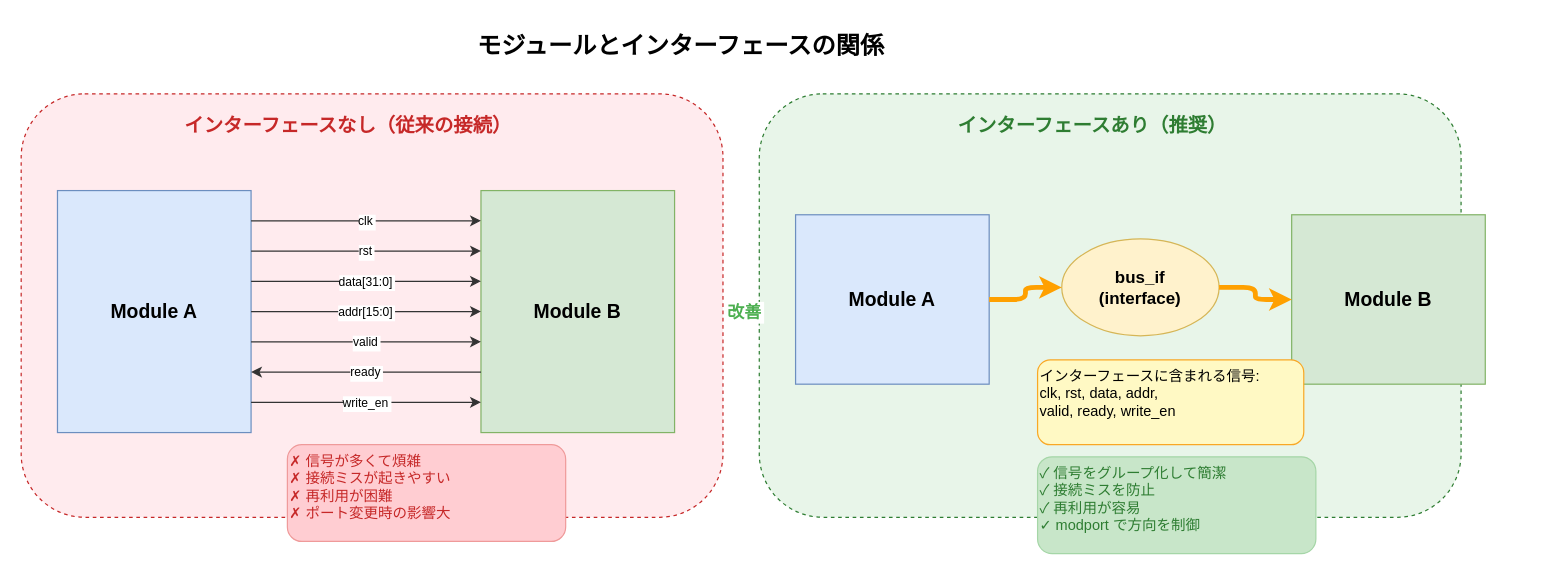
Before: images/systemverilog-guidebook/ch06_module_interface_overview.drawio in aquaxis/webdoc, a draw.io diagram. Source tidied: cells renumbered, new cells numbered last; positions are measured from the earlier drawing's top-left corner, leaving out a move shared by most shapes. Both pictures are drawn from the tidied source at 121%, with x=0, y=0 at pixel (21, 21).
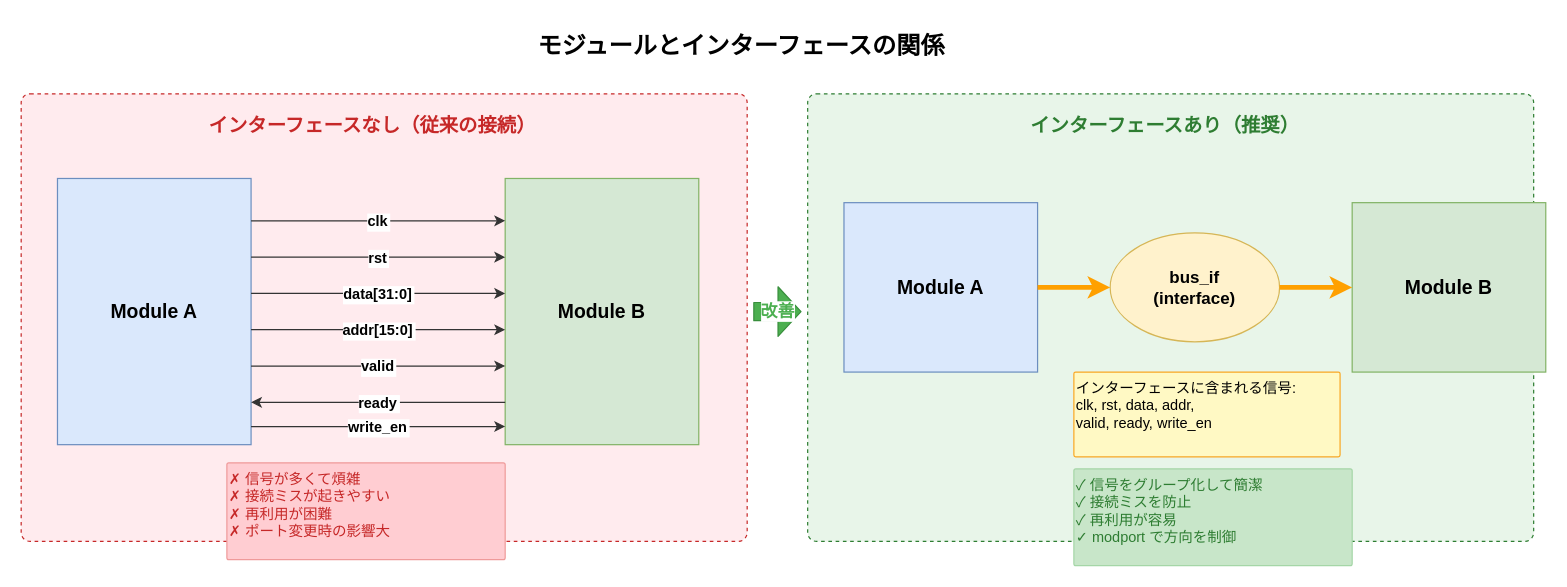
The same page after the edit.

Diff of the diagram source:
```diff
@@
     <mxCell id="2" value="モジュールとインターフェースの関係" style="text;html=1;fontSize=20;fontStyle=1;align=center;verticalAlign=middle;" parent="1" vertex="1">
-      <mxGeometry x="320" width="450" height="40" as="geometry" />
+      <mxGeometry x="370" width="450" height="40" as="geometry" />
     </mxCell>
-    <mxCell id="3" style="rounded=1;whiteSpace=wrap;html=1;fillColor=#FFEBEE;strokeColor=#C62828;dashed=1;" parent="1" vertex="1">
-      <mxGeometry y="60" width="580" height="350" as="geometry" />
+    <mxCell id="3" style="rounded=1;arcSize=2;whiteSpace=wrap;html=1;fillColor=#FFEBEE;strokeColor=#C62828;dashed=1;" parent="1" vertex="1">
+      <mxGeometry y="60" width="600" height="370" as="geometry" />
     </mxCell>
     <mxCell id="4" value="インターフェースなし（従来の接続）" style="text;html=1;fontSize=16;fontStyle=1;align=center;fontColor=#C62828;" parent="1" vertex="1">
-      <mxGeometry x="70" y="70" width="400" height="30" as="geometry" />
+      <mxGeometry x="90" y="70" width="400" height="30" as="geometry" />
     </mxCell>
     <mxCell id="5" value="Module A" style="rounded=0;whiteSpace=wrap;html=1;fillColor=#dae8fc;strokeColor=#6c8ebf;fontSize=16;fontStyle=1;" parent="1" vertex="1">
-      <mxGeometry x="30" y="140" width="160" height="200" as="geometry" />
+      <mxGeometry x="30" y="130" width="160" height="220" as="geometry" />
     </mxCell>
     <mxCell id="6" value="Module B" style="rounded=0;whiteSpace=wrap;html=1;fillColor=#d5e8d4;strokeColor=#82b366;fontSize=16;fontStyle=1;" parent="1" vertex="1">
-      <mxGeometry x="380" y="140" width="160" height="200" as="geometry" />
+      <mxGeometry x="400" y="130" width="160" height="220" as="geometry" />
     </mxCell>
-    <mxCell id="7" value="clk" style="edgeStyle=orthogonalEdgeStyle;strokeWidth=1;strokeColor=#333;fontSize=10;" parent="1" edge="1">
+    <mxCell id="7" value="clk" style="edgeStyle=orthogonalEdgeStyle;strokeWidth=1;strokeColor=#333;fontSize=12;fontStyle=1;" parent="1" edge="1">
       <mxGeometry relative="1" as="geometry">
         <mxPoint x="190" y="165" as="sourcePoint" />
-        <mxPoint x="380" y="165" as="targetPoint" />
+        <mxPoint x="400" y="165" as="targetPoint" />
       </mxGeometry>
     </mxCell>
-    <mxCell id="8" value="rst" style="edgeStyle=orthogonalEdgeStyle;strokeWidth=1;strokeColor=#333;fontSize=10;" parent="1" edge="1">
+    <mxCell id="8" value="rst" style="edgeStyle=orthogonalEdgeStyle;strokeWidth=1;strokeColor=#333;fontSize=12;fontStyle=1;" parent="1" edge="1">
       <mxGeometry relative="1" as="geometry">
-        <mxPoint x="190" y="190" as="sourcePoint" />
-        <mxPoint x="380" y="190" as="targetPoint" />
+        <mxPoint x="190" y="195" as="sourcePoint" />
+        <mxPoint x="400" y="195" as="targetPoint" />
       </mxGeometry>
     </mxCell>
-    <mxCell id="9" value="data[31:0]" style="edgeStyle=orthogonalEdgeStyle;strokeWidth=1;strokeColor=#333;fontSize=10;" parent="1" edge="1">
+    <mxCell id="9" value="data[31:0]" style="edgeStyle=orthogonalEdgeStyle;strokeWidth=1;strokeColor=#333;fontSize=12;fontStyle=1;" parent="1" edge="1">
       <mxGeometry relative="1" as="geometry">
-        <mxPoint x="190" y="215" as="sourcePoint" />
-        <mxPoint x="380" y="215" as="targetPoint" />
+        <mxPoint x="190" y="225" as="sourcePoint" />
+        <mxPoint x="400" y="225" as="targetPoint" />
       </mxGeometry>
     </mxCell>
-    <mxCell id="10" value="addr[15:0]" style="edgeStyle=orthogonalEdgeStyle;strokeWidth=1;strokeColor=#333;fontSize=10;" parent="1" edge="1">
+    <mxCell id="10" value="addr[15:0]" style="edgeStyle=orthogonalEdgeStyle;strokeWidth=1;strokeColor=#333;fontSize=12;fontStyle=1;" parent="1" edge="1">
       <mxGeometry relative="1" as="geometry">
-        <mxPoint x="190" y="240" as="sourcePoint" />
-        <mxPoint x="380" y="240" as="targetPoint" />
+        <mxPoint x="190" y="255" as="sourcePoint" />
+        <mxPoint x="400" y="255" as="targetPoint" />
       </mxGeometry>
     </mxCell>
-    <mxCell id="11" value="valid" style="edgeStyle=orthogonalEdgeStyle;strokeWidth=1;strokeColor=#333;fontSize=10;" parent="1" edge="1">
+    <mxCell id="11" value="valid" style="edgeStyle=orthogonalEdgeStyle;strokeWidth=1;strokeColor=#333;fontSize=12;fontStyle=1;" parent="1" edge="1">
       <mxGeometry relative="1" as="geometry">
-        <mxPoint x="190" y="265" as="sourcePoint" />
-        <mxPoint x="380" y="265" as="targetPoint" />
+        <mxPoint x="190" y="285" as="sourcePoint" />
+        <mxPoint x="400" y="285" as="targetPoint" />
       </mxGeometry>
     </mxCell>
-    <mxCell id="12" value="ready" style="edgeStyle=orthogonalEdgeStyle;strokeWidth=1;strokeColor=#333;fontSize=10;" parent="1" edge="1">
+    <mxCell id="12" value="ready" style="edgeStyle=orthogonalEdgeStyle;strokeWidth=1;strokeColor=#333;fontSize=12;fontStyle=1;" parent="1" edge="1">
       <mxGeometry relative="1" as="geometry">
-        <mxPoint x="380" y="290" as="sourcePoint" />
-        <mxPoint x="190" y="290" as="targetPoint" />
+        <mxPoint x="400" y="315" as="sourcePoint" />
+        <mxPoint x="190" y="315" as="targetPoint" />
       </mxGeometry>
     </mxCell>
-    <mxCell id="13" value="write_en" style="edgeStyle=orthogonalEdgeStyle;strokeWidth=1;strokeColor=#333;fontSize=10;" parent="1" edge="1">
+    <mxCell id="13" value="write_en" style="edgeStyle=orthogonalEdgeStyle;strokeWidth=1;strokeColor=#333;fontSize=12;fontStyle=1;" parent="1" edge="1">
       <mxGeometry relative="1" as="geometry">
-        <mxPoint x="190" y="315" as="sourcePoint" />
-        <mxPoint x="380" y="315" as="targetPoint" />
+        <mxPoint x="190" y="335" as="sourcePoint" />
+        <mxPoint x="400" y="335" as="targetPoint" />
       </mxGeometry>
     </mxCell>
-    <mxCell id="14" value="✗ 信号が多くて煩雑&#10;✗ 接続ミスが起きやすい&#10;✗ 再利用が困難&#10;✗ ポート変更時の影響大" style="text;html=1;fontSize=12;align=left;verticalAlign=top;fillColor=#FFCDD2;strokeColor=#EF9A9A;rounded=1;fontColor=#C62828;" parent="1" vertex="1">
-      <mxGeometry x="220" y="350" width="230" height="80" as="geometry" />
+    <mxCell id="14" value="✗ 信号が多くて煩雑&#10;✗ 接続ミスが起きやすい&#10;✗ 再利用が困難&#10;✗ ポート変更時の影響大" style="text;html=1;fontSize=12;align=left;verticalAlign=top;fillColor=#FFCDD2;strokeColor=#EF9A9A;rounded=1;arcSize=2;fontColor=#C62828;" parent="1" vertex="1">
+      <mxGeometry x="170" y="365" width="230" height="80" as="geometry" />
     </mxCell>
-    <mxCell id="15" style="rounded=1;whiteSpace=wrap;html=1;fillColor=#E8F5E9;strokeColor=#2E7D32;dashed=1;" parent="1" vertex="1">
-      <mxGeometry x="610" y="60" width="580" height="350" as="geometry" />
+    <mxCell id="15" style="rounded=1;arcSize=2;whiteSpace=wrap;html=1;fillColor=#E8F5E9;strokeColor=#2E7D32;dashed=1;" parent="1" vertex="1">
+      <mxGeometry x="650" y="60" width="600" height="370" as="geometry" />
     </mxCell>
     <mxCell id="16" value="インターフェースあり（推奨）" style="text;html=1;fontSize=16;fontStyle=1;align=center;fontColor=#2E7D32;" parent="1" vertex="1">
-      <mxGeometry x="710" y="70" width="350" height="30" as="geometry" />
+      <mxGeometry x="770" y="70" width="350" height="30" as="geometry" />
     </mxCell>
     <mxCell id="17" value="Module A" style="rounded=0;whiteSpace=wrap;html=1;fillColor=#dae8fc;strokeColor=#6c8ebf;fontSize=16;fontStyle=1;" parent="1" vertex="1">
-      <mxGeometry x="640" y="160" width="160" height="140" as="geometry" />
+      <mxGeometry x="680" y="150" width="160" height="140" as="geometry" />
     </mxCell>
     <mxCell id="18" value="bus_if&#10;(interface)" style="ellipse;whiteSpace=wrap;html=1;fillColor=#fff2cc;strokeColor=#d6b656;fontSize=14;fontStyle=1;" parent="1" vertex="1">
-      <mxGeometry x="860" y="180" width="130" height="80" as="geometry" />
+      <mxGeometry x="900" y="175" width="140" height="90" as="geometry" />
     </mxCell>
     <mxCell id="19" value="Module B" style="rounded=0;whiteSpace=wrap;html=1;fillColor=#d5e8d4;strokeColor=#82b366;fontSize=16;fontStyle=1;" parent="1" vertex="1">
-      <mxGeometry x="1050" y="160" width="160" height="140" as="geometry" />
+      <mxGeometry x="1100" y="150" width="160" height="140" as="geometry" />
     </mxCell>
@@
-    <mxCell id="22" value="インターフェースに含まれる信号:&#10;clk, rst, data, addr,&#10;valid, ready, write_en" style="text;html=1;fontSize=12;align=left;verticalAlign=top;fillColor=#FFF9C4;strokeColor=#F9A825;rounded=1;" parent="1" vertex="1">
-      <mxGeometry x="840" y="280" width="220" height="70" as="geometry" />
+    <mxCell id="22" value="インターフェースに含まれる信号:&#10;clk, rst, data, addr,&#10;valid, ready, write_en" style="text;html=1;fontSize=12;align=left;verticalAlign=top;fillColor=#FFF9C4;strokeColor=#F9A825;rounded=1;arcSize=2;" parent="1" vertex="1">
+      <mxGeometry x="870" y="290" width="220" height="70" as="geometry" />
     </mxCell>
-    <mxCell id="23" value="✓ 信号をグループ化して簡潔&#10;✓ 接続ミスを防止&#10;✓ 再利用が容易&#10;✓ modport で方向を制御" style="text;html=1;fontSize=12;align=left;verticalAlign=top;fillColor=#C8E6C9;strokeColor=#A5D6A7;rounded=1;fontColor=#2E7D32;" parent="1" vertex="1">
-      <mxGeometry x="840" y="360" width="230" height="80" as="geometry" />
+    <mxCell id="23" value="✓ 信号をグループ化して簡潔&#10;✓ 接続ミスを防止&#10;✓ 再利用が容易&#10;✓ modport で方向を制御" style="text;html=1;fontSize=12;align=left;verticalAlign=top;fillColor=#C8E6C9;strokeColor=#A5D6A7;rounded=1;arcSize=2;fontColor=#2E7D32;" parent="1" vertex="1">
+      <mxGeometry x="870" y="370" width="230" height="80" as="geometry" />
     </mxCell>
-    <mxCell id="24" value="改善" style="edgeStyle=orthogonalEdgeStyle;rounded=1;strokeWidth=3;strokeColor=#4CAF50;fontSize=14;fontStyle=1;fontColor=#4CAF50;" parent="1" edge="1">
+    <mxCell id="24" value="改善" style="shape=flexArrow;endArrow=classic;html=1;fillColor=#4CAF50;strokeColor=#388E3C;width=15;endSize=6;endWidth=25;fontSize=14;fontStyle=1;fontColor=#4CAF50;" parent="1" edge="1">
       <mxGeometry relative="1" as="geometry">
-        <mxPoint x="585" y="240" as="sourcePoint" />
-        <mxPoint x="610" y="240" as="targetPoint" />
+        <mxPoint x="605" y="240" as="sourcePoint" />
+        <mxPoint x="645" y="240" as="targetPoint" />
       </mxGeometry>
     </mxCell>
```
